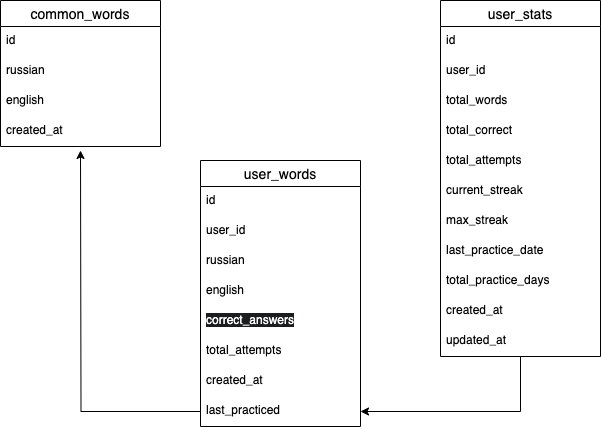
Earlier version of the draw.io export Схема БД My_1English_Bot.png (vasilevaekaterina/EnglishCard). Source tidied: cells renumbered, new cells last; positions are measured from the earlier drawing's top-left corner, leaving out a move shared by most shapes. The source it was exported from:
```xml
<mxGraphModel>
  <root>
    <mxCell id="0" />
    <mxCell id="1" parent="0" />
    <mxCell id="2" value="user_words" style="swimlane;fontStyle=0;horizontal=1;startSize=26;align=center;fontSize=14;" parent="1" vertex="1">
      <mxGeometry x="200" y="160" width="160" height="266" as="geometry" />
    </mxCell>
    <mxCell id="3" value="id" style="text;strokeColor=none;fillColor=none;spacingLeft=4;spacingRight=4;overflow=hidden;fontSize=12;whiteSpace=wrap;html=1;" parent="2" vertex="1">
      <mxGeometry y="26" width="160" height="30" as="geometry" />
    </mxCell>
    <mxCell id="4" value="user_id" style="text;strokeColor=none;fillColor=none;spacingLeft=4;spacingRight=4;overflow=hidden;fontSize=12;whiteSpace=wrap;html=1;" parent="2" vertex="1">
      <mxGeometry y="56" width="160" height="30" as="geometry" />
    </mxCell>
    <mxCell id="5" value="russian" style="text;strokeColor=none;fillColor=none;spacingLeft=4;spacingRight=4;overflow=hidden;fontSize=12;whiteSpace=wrap;html=1;" parent="2" vertex="1">
      <mxGeometry y="86" width="160" height="30" as="geometry" />
    </mxCell>
    <mxCell id="6" value="english" style="text;strokeColor=none;fillColor=none;spacingLeft=4;spacingRight=4;overflow=hidden;fontSize=12;whiteSpace=wrap;html=1;" parent="2" vertex="1">
      <mxGeometry y="116" width="160" height="30" as="geometry" />
    </mxCell>
    <mxCell id="7" value="&lt;meta charset=&quot;utf-8&quot;&gt;&lt;span style=&quot;color: rgb(255, 255, 255); font-family: Helvetica; font-size: 12px; font-style: normal; font-variant-ligatures: normal; font-variant-caps: normal; font-weight: 400; letter-spacing: normal; orphans: 2; text-align: left; text-indent: 0px; text-transform: none; widows: 2; word-spacing: 0px; -webkit-text-stroke-width: 0px; white-space: normal; background-color: rgb(27, 29, 30); text-decoration-thickness: initial; text-decoration-style: initial; text-decoration-color: initial; display: inline !important; float: none;&quot;&gt;correct_answers&lt;/span&gt;" style="text;strokeColor=none;fillColor=none;spacingLeft=4;spacingRight=4;overflow=hidden;fontSize=12;whiteSpace=wrap;html=1;" parent="2" vertex="1">
      <mxGeometry y="146" width="160" height="30" as="geometry" />
    </mxCell>
    <mxCell id="8" value="total_attempts" style="text;strokeColor=none;fillColor=none;spacingLeft=4;spacingRight=4;overflow=hidden;fontSize=12;whiteSpace=wrap;html=1;" parent="2" vertex="1">
      <mxGeometry y="176" width="160" height="30" as="geometry" />
    </mxCell>
    <mxCell id="9" value="created_at" style="text;strokeColor=none;fillColor=none;spacingLeft=4;spacingRight=4;overflow=hidden;fontSize=12;whiteSpace=wrap;html=1;" parent="2" vertex="1">
      <mxGeometry y="206" width="160" height="30" as="geometry" />
    </mxCell>
    <mxCell id="10" style="edgeStyle=orthogonalEdgeStyle;rounded=0;jettySize=auto;html=1;exitX=0;exitY=0.5;exitDx=0;exitDy=0;" parent="2" edge="1" source="11">
      <mxGeometry relative="1" as="geometry">
        <mxPoint x="-120" y="-10" as="targetPoint" />
      </mxGeometry>
    </mxCell>
    <mxCell id="11" value="last_practiced" style="text;strokeColor=none;fillColor=none;spacingLeft=4;spacingRight=4;overflow=hidden;points=[[0,0.5],[1,0.5]];portConstraint=eastwest;fontSize=12;whiteSpace=wrap;html=1;" parent="2" vertex="1">
      <mxGeometry y="236" width="160" height="30" as="geometry" />
    </mxCell>
    <mxCell id="12" style="edgeStyle=orthogonalEdgeStyle;rounded=0;jettySize=auto;html=1;entryX=1;entryY=0.5;entryDx=0;entryDy=0;" parent="1" edge="1" source="13" target="11">
      <mxGeometry relative="1" as="geometry" />
    </mxCell>
    <mxCell id="13" value="user_stats" style="swimlane;fontStyle=0;horizontal=1;startSize=26;align=center;fontSize=14;" parent="1" vertex="1">
      <mxGeometry x="440" width="160" height="356" as="geometry" />
    </mxCell>
    <mxCell id="14" value="id" style="text;strokeColor=none;fillColor=none;spacingLeft=4;spacingRight=4;overflow=hidden;fontSize=12;whiteSpace=wrap;html=1;" parent="13" vertex="1">
      <mxGeometry y="26" width="160" height="30" as="geometry" />
    </mxCell>
    <mxCell id="15" value="user_id" style="text;strokeColor=none;fillColor=none;spacingLeft=4;spacingRight=4;overflow=hidden;fontSize=12;whiteSpace=wrap;html=1;" parent="13" vertex="1">
      <mxGeometry y="56" width="160" height="30" as="geometry" />
    </mxCell>
    <mxCell id="16" value="total_words" style="text;strokeColor=none;fillColor=none;spacingLeft=4;spacingRight=4;overflow=hidden;fontSize=12;whiteSpace=wrap;html=1;" parent="13" vertex="1">
      <mxGeometry y="86" width="160" height="30" as="geometry" />
    </mxCell>
    <mxCell id="17" value="total_correct" style="text;strokeColor=none;fillColor=none;spacingLeft=4;spacingRight=4;overflow=hidden;fontSize=12;whiteSpace=wrap;html=1;" parent="13" vertex="1">
      <mxGeometry y="116" width="160" height="30" as="geometry" />
    </mxCell>
    <mxCell id="18" value="total_attempts" style="text;strokeColor=none;fillColor=none;spacingLeft=4;spacingRight=4;overflow=hidden;fontSize=12;whiteSpace=wrap;html=1;" parent="13" vertex="1">
      <mxGeometry y="146" width="160" height="30" as="geometry" />
    </mxCell>
    <mxCell id="19" value="current_streak" style="text;strokeColor=none;fillColor=none;spacingLeft=4;spacingRight=4;overflow=hidden;fontSize=12;whiteSpace=wrap;html=1;" parent="13" vertex="1">
      <mxGeometry y="176" width="160" height="30" as="geometry" />
    </mxCell>
    <mxCell id="20" value="max_streak" style="text;strokeColor=none;fillColor=none;spacingLeft=4;spacingRight=4;overflow=hidden;fontSize=12;whiteSpace=wrap;html=1;" parent="13" vertex="1">
      <mxGeometry y="206" width="160" height="30" as="geometry" />
    </mxCell>
    <mxCell id="21" value="last_practice_date" style="text;strokeColor=none;fillColor=none;spacingLeft=4;spacingRight=4;overflow=hidden;fontSize=12;whiteSpace=wrap;html=1;" parent="13" vertex="1">
      <mxGeometry y="236" width="160" height="30" as="geometry" />
    </mxCell>
    <mxCell id="22" value="total_practice_days&lt;span style=&quot;white-space: pre;&quot;&gt;&#9;&lt;/span&gt;" style="text;strokeColor=none;fillColor=none;spacingLeft=4;spacingRight=4;overflow=hidden;fontSize=12;whiteSpace=wrap;html=1;" parent="13" vertex="1">
      <mxGeometry y="266" width="160" height="30" as="geometry" />
    </mxCell>
    <mxCell id="23" value="created_at" style="text;strokeColor=none;fillColor=none;spacingLeft=4;spacingRight=4;overflow=hidden;points=[[0,0.5],[1,0.5]];portConstraint=eastwest;fontSize=12;whiteSpace=wrap;html=1;" parent="13" vertex="1">
      <mxGeometry y="296" width="160" height="30" as="geometry" />
    </mxCell>
    <mxCell id="24" value="updated_at" style="text;strokeColor=none;fillColor=none;spacingLeft=4;spacingRight=4;overflow=hidden;fontSize=12;whiteSpace=wrap;html=1;" parent="13" vertex="1">
      <mxGeometry y="326" width="160" height="30" as="geometry" />
    </mxCell>
    <mxCell id="25" value="common_words" style="swimlane;fontStyle=0;horizontal=1;startSize=26;align=center;fontSize=14;" parent="1" vertex="1">
      <mxGeometry width="160" height="146" as="geometry" />
    </mxCell>
    <mxCell id="26" value="id" style="text;strokeColor=none;fillColor=none;spacingLeft=4;spacingRight=4;overflow=hidden;fontSize=12;whiteSpace=wrap;html=1;" parent="25" vertex="1">
      <mxGeometry y="26" width="160" height="30" as="geometry" />
    </mxCell>
    <mxCell id="27" value="russian" style="text;strokeColor=none;fillColor=none;spacingLeft=4;spacingRight=4;overflow=hidden;fontSize=12;whiteSpace=wrap;html=1;" parent="25" vertex="1">
      <mxGeometry y="56" width="160" height="30" as="geometry" />
    </mxCell>
    <mxCell id="28" value="english" style="text;strokeColor=none;fillColor=none;spacingLeft=4;spacingRight=4;overflow=hidden;fontSize=12;whiteSpace=wrap;html=1;" parent="25" vertex="1">
      <mxGeometry y="86" width="160" height="30" as="geometry" />
    </mxCell>
    <mxCell id="29" value="created_at" style="text;strokeColor=none;fillColor=none;spacingLeft=4;spacingRight=4;overflow=hidden;fontSize=12;whiteSpace=wrap;html=1;" parent="25" vertex="1">
      <mxGeometry y="116" width="160" height="30" as="geometry" />
    </mxCell>
  </root>
</mxGraphModel>
```
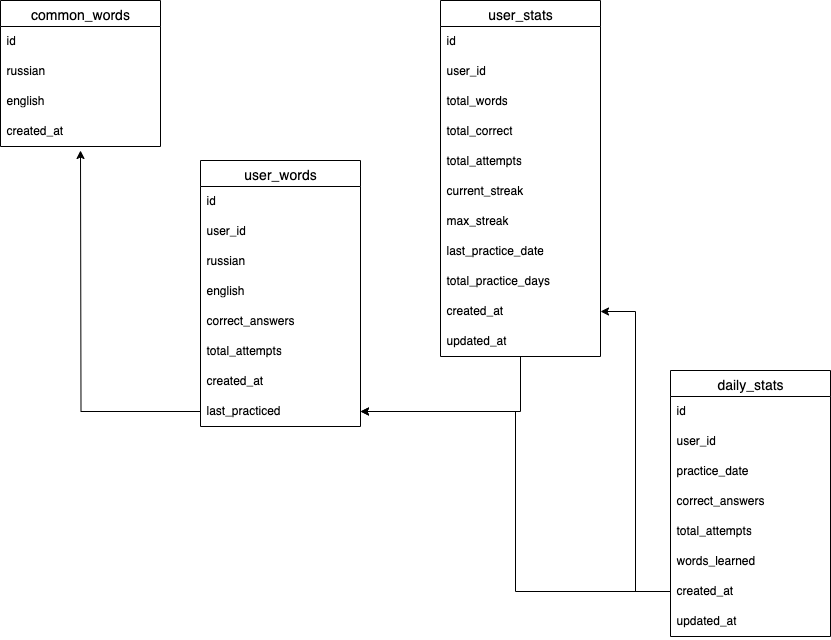
The same diagram one commit later.

What changed in the source:
```diff
@@ -17,7 +17,7 @@
     <mxCell id="6" value="english" style="text;strokeColor=none;fillColor=none;spacingLeft=4;spacingRight=4;overflow=hidden;fontSize=12;whiteSpace=wrap;html=1;" parent="2" vertex="1">
       <mxGeometry y="116" width="160" height="30" as="geometry" />
     </mxCell>
-    <mxCell id="7" value="&lt;meta charset=&quot;utf-8&quot;&gt;&lt;span style=&quot;color: rgb(255, 255, 255); font-family: Helvetica; font-size: 12px; font-style: normal; font-variant-ligatures: normal; font-variant-caps: normal; font-weight: 400; letter-spacing: normal; orphans: 2; text-align: left; text-indent: 0px; text-transform: none; widows: 2; word-spacing: 0px; -webkit-text-stroke-width: 0px; white-space: normal; background-color: rgb(27, 29, 30); text-decoration-thickness: initial; text-decoration-style: initial; text-decoration-color: initial; display: inline !important; float: none;&quot;&gt;correct_answers&lt;/span&gt;" style="text;strokeColor=none;fillColor=none;spacingLeft=4;spacingRight=4;overflow=hidden;fontSize=12;whiteSpace=wrap;html=1;" parent="2" vertex="1">
+    <mxCell id="7" value="&lt;span&gt;correct_answers&lt;/span&gt;" style="text;strokeColor=none;fillColor=none;spacingLeft=4;spacingRight=4;overflow=hidden;fontSize=12;whiteSpace=wrap;html=1;" parent="2" vertex="1">
       <mxGeometry y="146" width="160" height="30" as="geometry" />
     </mxCell>
     <mxCell id="8" value="total_attempts" style="text;strokeColor=none;fillColor=none;spacingLeft=4;spacingRight=4;overflow=hidden;fontSize=12;whiteSpace=wrap;html=1;" parent="2" vertex="1">
@@ -88,5 +88,38 @@
     <mxCell id="29" value="created_at" style="text;strokeColor=none;fillColor=none;spacingLeft=4;spacingRight=4;overflow=hidden;fontSize=12;whiteSpace=wrap;html=1;" parent="25" vertex="1">
       <mxGeometry y="116" width="160" height="30" as="geometry" />
     </mxCell>
+    <mxCell id="30" value="daily_stats" style="swimlane;fontStyle=0;horizontal=1;startSize=26;align=center;fontSize=14;" parent="1" vertex="1">
+      <mxGeometry x="670" y="370" width="160" height="266" as="geometry" />
+    </mxCell>
+    <mxCell id="31" value="id" style="text;strokeColor=none;fillColor=none;spacingLeft=4;spacingRight=4;overflow=hidden;fontSize=12;whiteSpace=wrap;html=1;" parent="30" vertex="1">
+      <mxGeometry y="26" width="160" height="30" as="geometry" />
+    </mxCell>
+    <mxCell id="32" value="user_id" style="text;strokeColor=none;fillColor=none;spacingLeft=4;spacingRight=4;overflow=hidden;fontSize=12;whiteSpace=wrap;html=1;" parent="30" vertex="1">
+      <mxGeometry y="56" width="160" height="30" as="geometry" />
+    </mxCell>
+    <mxCell id="33" value="practice_date" style="text;strokeColor=none;fillColor=none;spacingLeft=4;spacingRight=4;overflow=hidden;fontSize=12;whiteSpace=wrap;html=1;" parent="30" vertex="1">
+      <mxGeometry y="86" width="160" height="30" as="geometry" />
+    </mxCell>
+    <mxCell id="34" value="correct_answers" style="text;strokeColor=none;fillColor=none;spacingLeft=4;spacingRight=4;overflow=hidden;fontSize=12;whiteSpace=wrap;html=1;" parent="30" vertex="1">
+      <mxGeometry y="116" width="160" height="30" as="geometry" />
+    </mxCell>
+    <mxCell id="35" value="total_attempts" style="text;strokeColor=none;fillColor=none;spacingLeft=4;spacingRight=4;overflow=hidden;fontSize=12;whiteSpace=wrap;html=1;" parent="30" vertex="1">
+      <mxGeometry y="146" width="160" height="30" as="geometry" />
+    </mxCell>
+    <mxCell id="36" value="words_learned" style="text;strokeColor=none;fillColor=none;spacingLeft=4;spacingRight=4;overflow=hidden;fontSize=12;whiteSpace=wrap;html=1;" parent="30" vertex="1">
+      <mxGeometry y="176" width="160" height="30" as="geometry" />
+    </mxCell>
+    <mxCell id="37" value="created_at" style="text;strokeColor=none;fillColor=none;spacingLeft=4;spacingRight=4;overflow=hidden;points=[[0,0.5],[1,0.5]];portConstraint=eastwest;fontSize=12;whiteSpace=wrap;html=1;" parent="30" vertex="1">
+      <mxGeometry y="206" width="160" height="30" as="geometry" />
+    </mxCell>
+    <mxCell id="38" value="updated_at" style="text;strokeColor=none;fillColor=none;spacingLeft=4;spacingRight=4;overflow=hidden;fontSize=12;whiteSpace=wrap;html=1;" parent="30" vertex="1">
+      <mxGeometry y="236" width="160" height="30" as="geometry" />
+    </mxCell>
+    <mxCell id="39" style="edgeStyle=orthogonalEdgeStyle;rounded=0;jettySize=auto;html=1;exitX=0;exitY=0.5;exitDx=0;exitDy=0;entryX=1;entryY=0.5;entryDx=0;entryDy=0;" parent="1" edge="1" source="37" target="11">
+      <mxGeometry relative="1" as="geometry" />
+    </mxCell>
+    <mxCell id="40" style="edgeStyle=orthogonalEdgeStyle;rounded=0;jettySize=auto;html=1;exitX=0;exitY=0.5;exitDx=0;exitDy=0;entryX=1;entryY=0.5;entryDx=0;entryDy=0;" parent="1" edge="1" source="37" target="23">
+      <mxGeometry relative="1" as="geometry" />
+    </mxCell>
   </root>
 </mxGraphModel>
```
